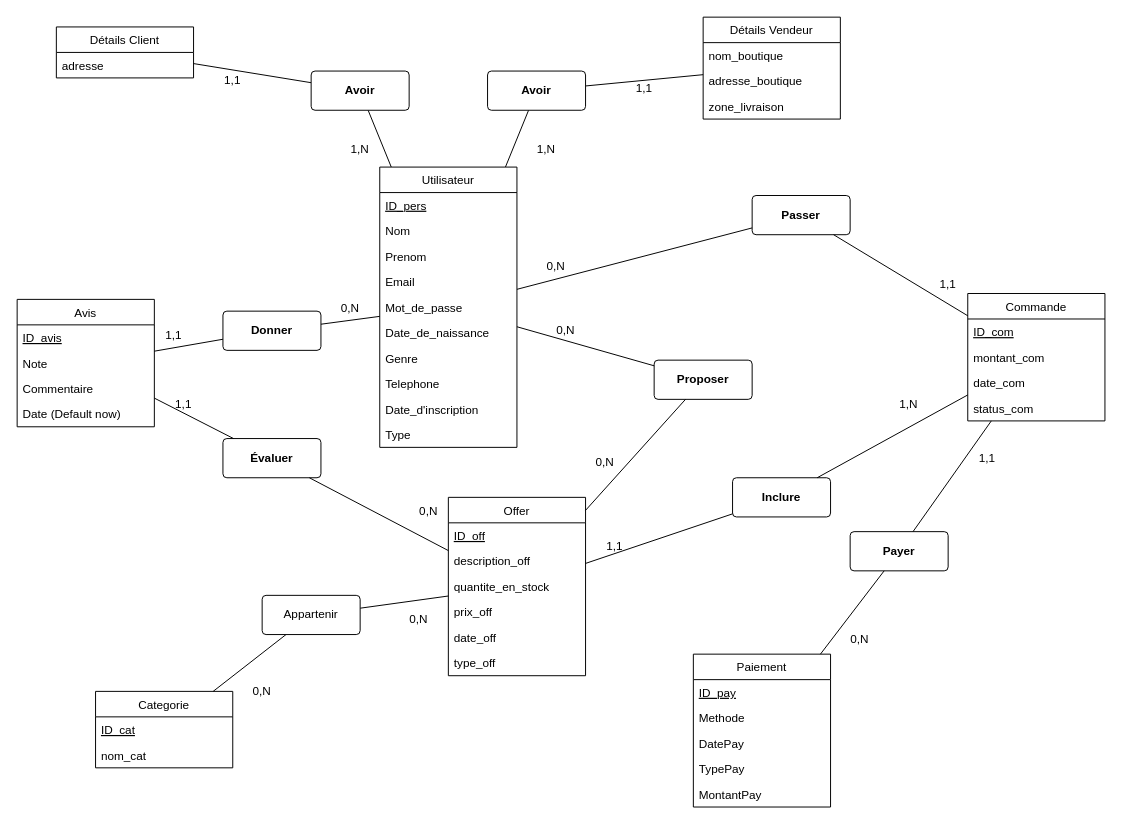
Earlier version of the draw.io diagram Planning/Modelisations.dio (haki24gamer/Taajr). Source tidied: cells renumbered, new cells numbered last; positions are measured from the earlier drawing's top-left corner, leaving out a move shared by most shapes. Both pictures are drawn from the tidied source at 98%, with x=0, y=0 at pixel (17, 17).
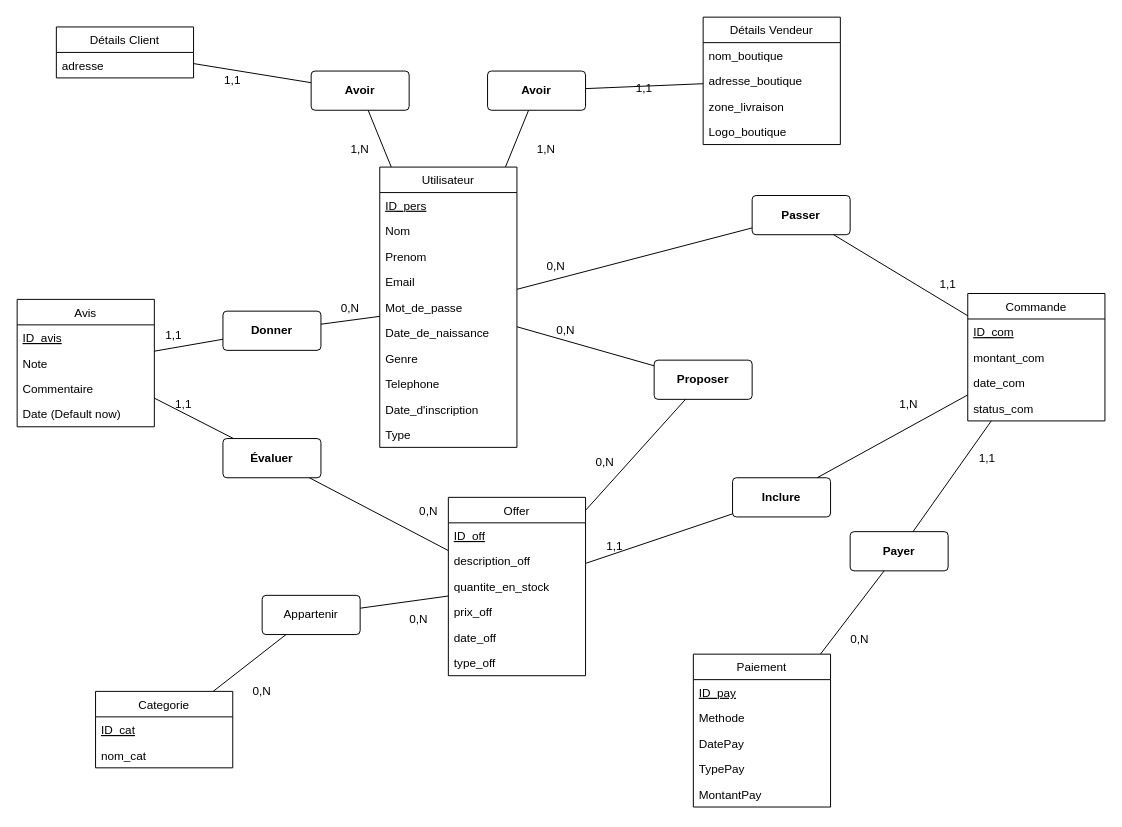
The same page after the edit.

The edit, as a diff of the source:
```diff
@@
     <mxCell id="82" value="Détails Vendeur" style="swimlane;fontStyle=0;horizontal=1;startSize=26;" parent="1" vertex="1">
-      <mxGeometry x="700" width="140" height="104" as="geometry" />
+      <mxGeometry x="700" width="140" height="130" as="geometry" />
     </mxCell>
@@
+    <mxCell id="90" value="Logo_boutique" style="text;strokeColor=none;fillColor=none;align=left;verticalAlign=top;spacingLeft=4;spacingRight=4;overflow=hidden;" parent="82" vertex="1">
+      <mxGeometry y="104" width="140" height="26" as="geometry" />
+    </mxCell>
```
